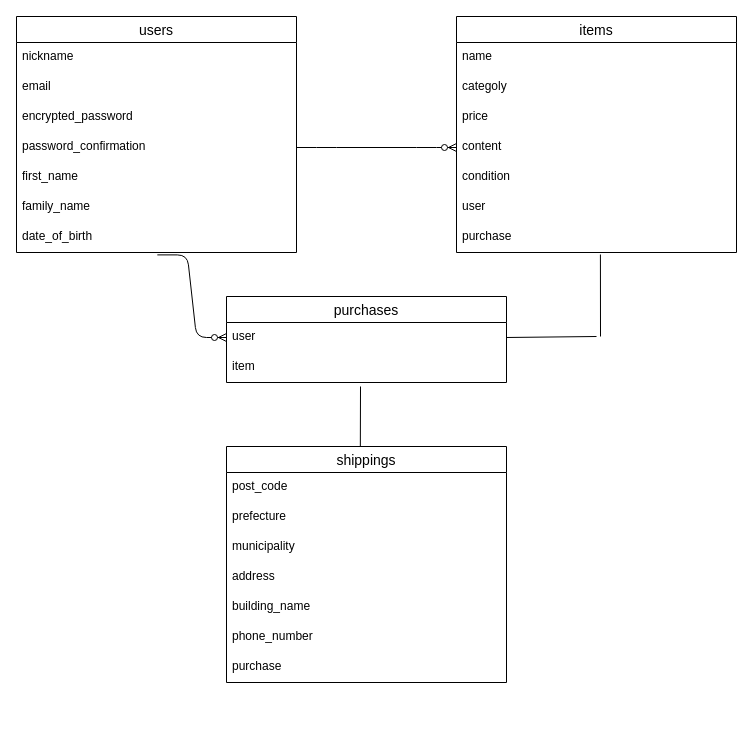
The draw.io diagram ER.dio in Gussan0829/furima-37407, before the edit. Source tidied: cells renumbered, new cells numbered last; positions are measured from the earlier drawing's top-left corner, leaving out a move shared by most shapes. Both pictures are drawn from the tidied source at 100%, with x=0, y=0 at pixel (16, 16).
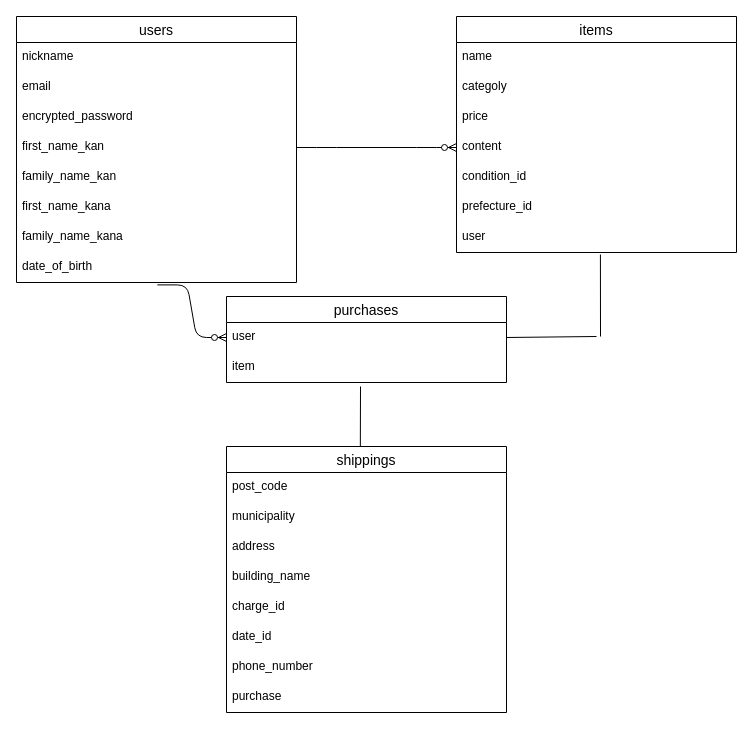
The same diagram, later.

Commit message (it also covers changes not shown here):
データベース設計の修正

The change refers to these unchanged cells:
```xml
<mxCell id="10" value="items" style="swimlane;fontStyle=0;horizontal=1;startSize=26;align=center;fontSize=14;rotation=0;" parent="1" vertex="1">
  <mxGeometry x="440" width="280" height="236" as="geometry" />
</mxCell>
<mxCell id="14" value="content" style="text;strokeColor=none;fillColor=none;spacingLeft=4;spacingRight=4;overflow=hidden;points=[[0,0.5],[1,0.5]];portConstraint=eastwest;fontSize=12;" parent="10" vertex="1">
  <mxGeometry y="116" width="280" height="30" as="geometry" />
</mxCell>
```

Change to the diagram source:
```diff
@@
     <mxCell id="2" value="users" style="swimlane;fontStyle=0;horizontal=1;startSize=26;align=center;fontSize=14;rotation=0;" parent="1" vertex="1">
-      <mxGeometry width="280" height="236" as="geometry" />
+      <mxGeometry width="280" height="266" as="geometry" />
     </mxCell>
@@
-    <mxCell id="6" value="password_confirmation" style="text;strokeColor=none;fillColor=none;spacingLeft=4;spacingRight=4;overflow=hidden;points=[[0,0.5],[1,0.5]];portConstraint=eastwest;fontSize=12;" parent="2" vertex="1">
-      <mxGeometry y="116" width="280" height="30" as="geometry" />
-    </mxCell>
-    <mxCell id="7" value="first_name" style="text;strokeColor=none;fillColor=none;spacingLeft=4;spacingRight=4;overflow=hidden;fontSize=12;" parent="2" vertex="1">
-      <mxGeometry y="146" width="280" height="30" as="geometry" />
+    <mxCell id="7" value="first_name_kan" style="text;strokeColor=none;fillColor=none;spacingLeft=4;spacingRight=4;overflow=hidden;fontSize=12;" parent="2" vertex="1">
+      <mxGeometry y="116" width="280" height="30" as="geometry" />
     </mxCell>
+    <mxCell id="34" value="family_name_kan" style="text;strokeColor=none;fillColor=none;spacingLeft=4;spacingRight=4;overflow=hidden;fontSize=12;" parent="2" vertex="1">
+      <mxGeometry y="146" width="280" height="30" as="geometry" />
+    </mxCell>
+    <mxCell id="35" value="first_name_kana" style="text;strokeColor=none;fillColor=none;spacingLeft=4;spacingRight=4;overflow=hidden;fontSize=12;" parent="2" vertex="1">
+      <mxGeometry y="176" width="280" height="30" as="geometry" />
+    </mxCell>
-    <mxCell id="8" value="family_name" style="text;strokeColor=none;fillColor=none;spacingLeft=4;spacingRight=4;overflow=hidden;fontSize=12;" parent="2" vertex="1">
-      <mxGeometry y="176" width="280" height="30" as="geometry" />
+    <mxCell id="8" value="family_name_kana" style="text;strokeColor=none;fillColor=none;spacingLeft=4;spacingRight=4;overflow=hidden;fontSize=12;" parent="2" vertex="1">
+      <mxGeometry y="206" width="280" height="30" as="geometry" />
     </mxCell>
     <mxCell id="9" value="date_of_birth" style="text;strokeColor=none;fillColor=none;spacingLeft=4;spacingRight=4;overflow=hidden;points=[[0,0.5],[1,0.5]];portConstraint=eastwest;fontSize=12;" parent="2" vertex="1">
-      <mxGeometry y="206" width="280" height="30" as="geometry" />
+      <mxGeometry y="236" width="280" height="30" as="geometry" />
     </mxCell>
@@
-    <mxCell id="15" value="condition" style="text;strokeColor=none;fillColor=none;spacingLeft=4;spacingRight=4;overflow=hidden;fontSize=12;" parent="10" vertex="1">
+    <mxCell id="15" value="condition_id" style="text;strokeColor=none;fillColor=none;spacingLeft=4;spacingRight=4;overflow=hidden;fontSize=12;" parent="10" vertex="1">
       <mxGeometry y="146" width="280" height="30" as="geometry" />
     </mxCell>
-    <mxCell id="16" value="user" style="text;strokeColor=none;fillColor=none;spacingLeft=4;spacingRight=4;overflow=hidden;fontSize=12;" parent="10" vertex="1">
+    <mxCell id="16" value="prefecture_id" style="text;strokeColor=none;fillColor=none;spacingLeft=4;spacingRight=4;overflow=hidden;fontSize=12;" parent="10" vertex="1">
       <mxGeometry y="176" width="280" height="30" as="geometry" />
     </mxCell>
-    <mxCell id="17" value="purchase&#10;" style="text;strokeColor=none;fillColor=none;spacingLeft=4;spacingRight=4;overflow=hidden;points=[[0,0.5],[1,0.5]];portConstraint=eastwest;fontSize=12;" parent="10" vertex="1">
+    <mxCell id="17" value="user" style="text;strokeColor=none;fillColor=none;spacingLeft=4;spacingRight=4;overflow=hidden;points=[[0,0.5],[1,0.5]];portConstraint=eastwest;fontSize=12;" parent="10" vertex="1">
       <mxGeometry y="206" width="280" height="30" as="geometry" />
     </mxCell>
     <mxCell id="18" value="shippings" style="swimlane;fontStyle=0;horizontal=1;startSize=26;align=center;fontSize=14;rotation=0;" parent="1" vertex="1">
-      <mxGeometry x="210" y="430" width="280" height="236" as="geometry" />
+      <mxGeometry x="210" y="430" width="280" height="266" as="geometry" />
     </mxCell>
@@
-    <mxCell id="20" value="prefecture" style="text;strokeColor=none;fillColor=none;spacingLeft=4;spacingRight=4;overflow=hidden;fontSize=12;verticalAlign=top;" parent="18" vertex="1">
-      <mxGeometry y="56" width="280" height="30" as="geometry" />
-    </mxCell>
     <mxCell id="21" value="municipality" style="text;strokeColor=none;fillColor=none;spacingLeft=4;spacingRight=4;overflow=hidden;fontSize=12;" parent="18" vertex="1">
-      <mxGeometry y="86" width="280" height="30" as="geometry" />
+      <mxGeometry y="56" width="280" height="30" as="geometry" />
     </mxCell>
     <mxCell id="22" value="address" style="text;strokeColor=none;fillColor=none;spacingLeft=4;spacingRight=4;overflow=hidden;fontSize=12;" parent="18" vertex="1">
-      <mxGeometry y="116" width="280" height="30" as="geometry" />
+      <mxGeometry y="86" width="280" height="30" as="geometry" />
     </mxCell>
+    <mxCell id="36" value="building_name" style="text;strokeColor=none;fillColor=none;spacingLeft=4;spacingRight=4;overflow=hidden;fontSize=12;" parent="18" vertex="1">
+      <mxGeometry y="116" width="280" height="30" as="geometry" />
+    </mxCell>
+    <mxCell id="37" value="charge_id " style="text;strokeColor=none;fillColor=none;spacingLeft=4;spacingRight=4;overflow=hidden;fontSize=12;" parent="18" vertex="1">
+      <mxGeometry y="146" width="280" height="30" as="geometry" />
+    </mxCell>
-    <mxCell id="23" value="building_name" style="text;strokeColor=none;fillColor=none;spacingLeft=4;spacingRight=4;overflow=hidden;fontSize=12;" parent="18" vertex="1">
-      <mxGeometry y="146" width="280" height="30" as="geometry" />
+    <mxCell id="23" value="date_id" style="text;strokeColor=none;fillColor=none;spacingLeft=4;spacingRight=4;overflow=hidden;fontSize=12;" parent="18" vertex="1">
+      <mxGeometry y="176" width="280" height="30" as="geometry" />
     </mxCell>
     <mxCell id="24" value="phone_number" style="text;strokeColor=none;fillColor=none;spacingLeft=4;spacingRight=4;overflow=hidden;fontSize=12;" parent="18" vertex="1">
-      <mxGeometry y="176" width="280" height="30" as="geometry" />
+      <mxGeometry y="206" width="280" height="30" as="geometry" />
     </mxCell>
     <mxCell id="25" value="purchase&#10;" style="text;strokeColor=none;fillColor=none;spacingLeft=4;spacingRight=4;overflow=hidden;fontSize=12;" parent="18" vertex="1">
-      <mxGeometry y="206" width="280" height="30" as="geometry" />
+      <mxGeometry y="236" width="280" height="30" as="geometry" />
     </mxCell>
@@
-    <mxCell id="29" style="edgeStyle=entityRelationEdgeStyle;fontSize=12;html=1;endArrow=ERzeroToMany;endFill=1;exitX=1;exitY=0.5;exitDx=0;exitDy=0;entryX=0;entryY=0.5;entryDx=0;entryDy=0;" parent="1" edge="1" source="6" target="14">
-      <mxGeometry relative="1" as="geometry" />
+    <mxCell id="29" style="edgeStyle=entityRelationEdgeStyle;fontSize=12;html=1;endArrow=ERzeroToMany;endFill=1;exitX=1;exitY=0.5;exitDx=0;exitDy=0;entryX=0;entryY=0.5;entryDx=0;entryDy=0;" parent="1" edge="1" target="14">
+      <mxGeometry relative="1" as="geometry">
+        <mxPoint x="280" y="131" as="sourcePoint" />
+      </mxGeometry>
     </mxCell>
```
